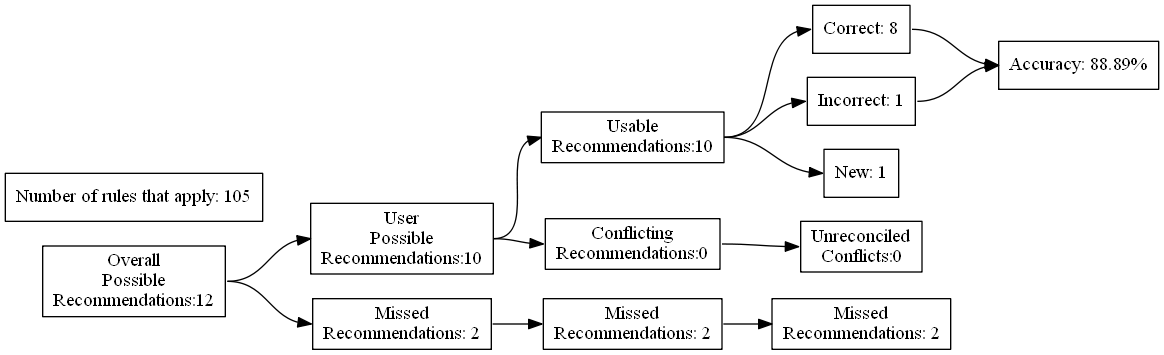
Before: test_renders/22.gv.png, a diagram exported from Graphviz (ZaxR/ibd_diet_analysis). Its source is kept beside it as test_renders/22.gv.
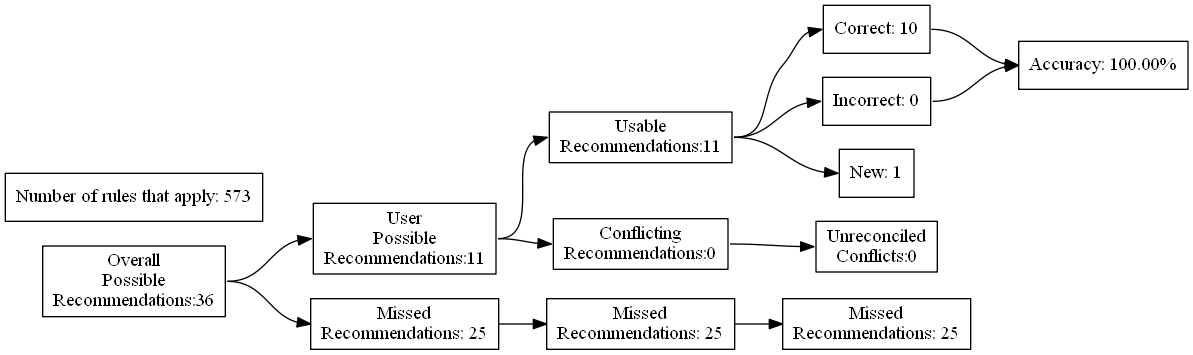
Later version of the same file.

What changed in the source:
```diff
@@ -4,27 +4,27 @@
 	edge [headport=w tailport=e]
 		A [label="Overall
 Possible
-Recommendations:12"]
+Recommendations:36"]
 		B [label="User
 Possible
-Recommendations:10"]
+Recommendations:11"]
 		C [label="Missed
-Recommendations: 2"]
+Recommendations: 25"]
 		D [label="Usable
-Recommendations:10"]
+Recommendations:11"]
 		E [label="Conflicting
 Recommendations:0"]
 		J [label="Missed
-Recommendations: 2"]
+Recommendations: 25"]
 		M [label="Unreconciled
 Conflicts:0"]
-		F [label="Correct: 8"]
-		G [label="Incorrect: 1"]
+		F [label="Correct: 10"]
+		G [label="Incorrect: 0"]
 		H [label="New: 1"]
 		K [label="Missed
-Recommendations: 2"]
-		I [label="Accuracy: 88.89%"]
-		l [label="Number of rules that apply: 105"]
+Recommendations: 25"]
+		I [label="Accuracy: 100.00%"]
+		l [label="Number of rules that apply: 573"]
 			A -> B
 			A -> C
 			B -> D
```
